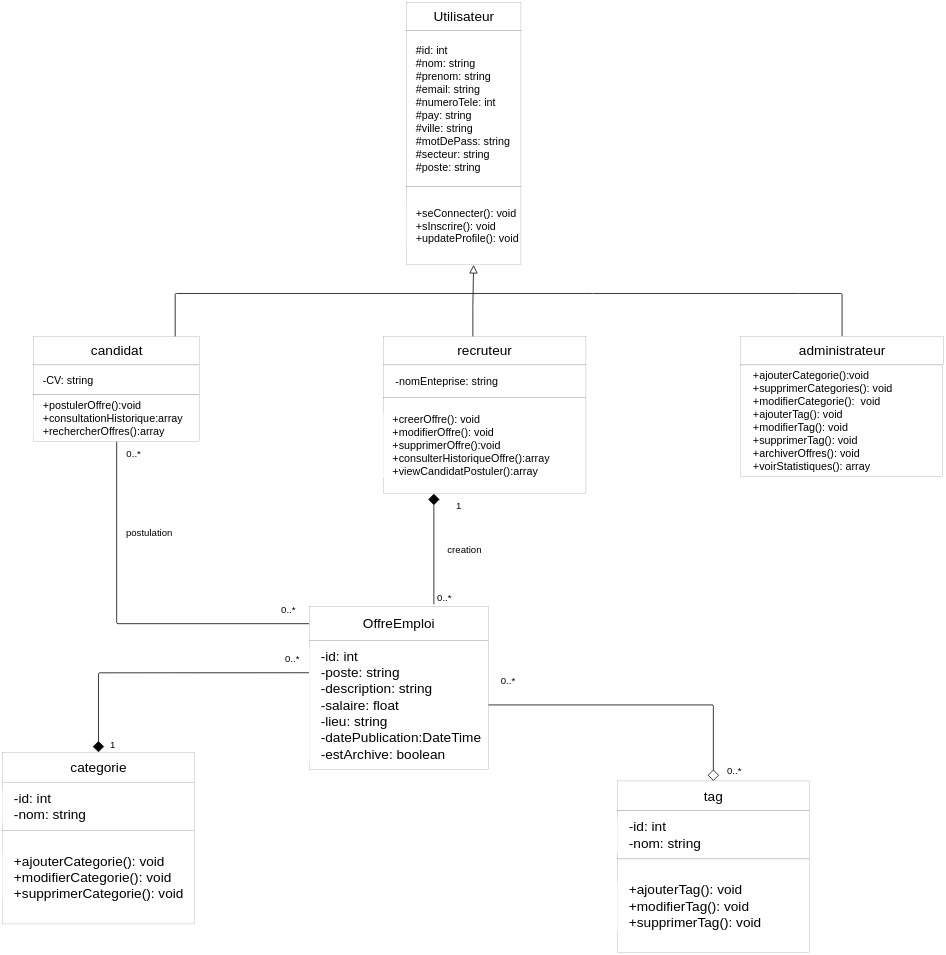
Above: UML/diagrammeClasse.drawio in NaamyFatimaZahra/CareerLink (draw.io), before the change. Source tidied: cells renumbered, new cells numbered last; positions are measured from the earlier drawing's top-left corner, leaving out a move shared by most shapes. Both pictures are drawn from the tidied source at 13%, with x=0, y=0 at pixel (2, 2).
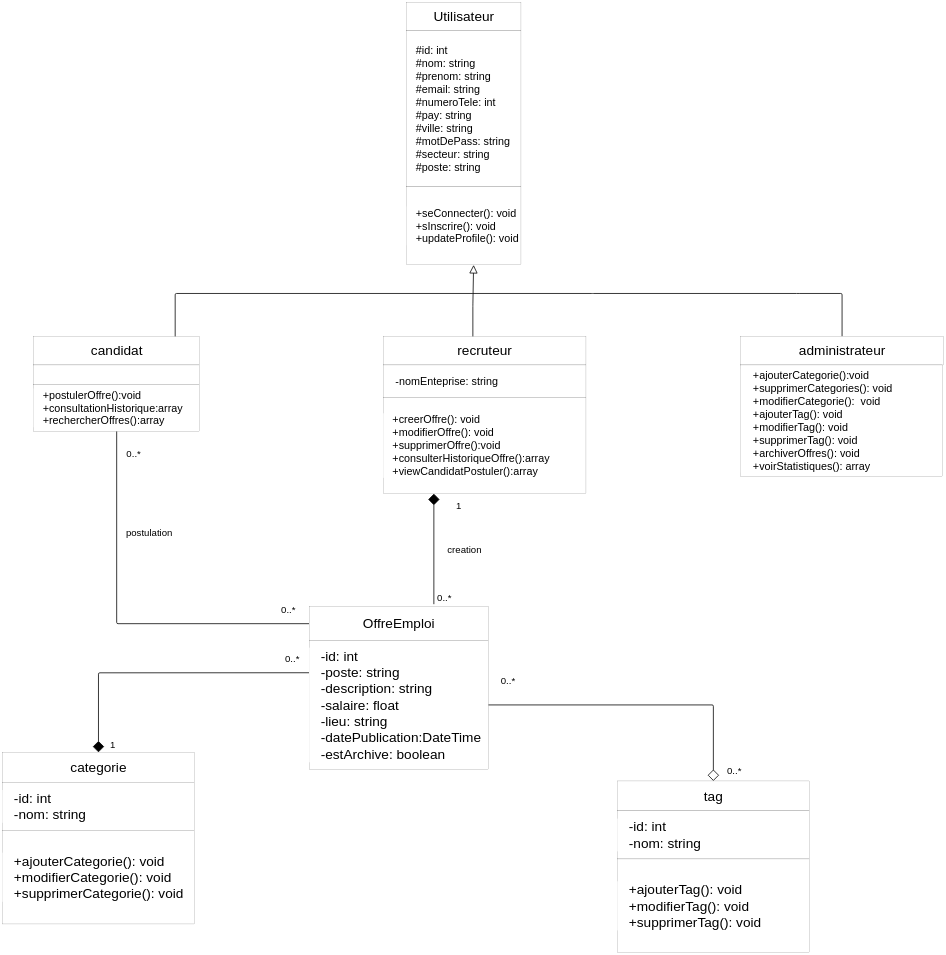
After the change.

Commit message:
faire des modification dans le diagramme de classe

Change to the diagram source:
```diff
@@
-    <mxCell id="15" value="&lt;span style=&quot;&quot;&gt;&amp;nbsp; &amp;nbsp;-CV: string&lt;/span&gt;" style="whiteSpace=wrap;html=1;fontSize=83;align=left;" parent="1" vertex="1">
-      <mxGeometry x="240" y="2790" width="1280" height="230" as="geometry" />
+    <mxCell id="15" style="whiteSpace=wrap;html=1;fontSize=83;align=left;" parent="1" vertex="1">
+      <mxGeometry x="240" y="2790" width="1280" height="150" as="geometry" />
     </mxCell>
@@
     <mxCell id="17" value="&amp;nbsp; &amp;nbsp;+postulerOffre():void&lt;br&gt;&amp;nbsp; &amp;nbsp;+consultationHistorique:array&lt;br&gt;&amp;nbsp; &amp;nbsp;+rechercherOffres():array" style="whiteSpace=wrap;html=1;labelBackgroundColor=#FFFFFF;fontSize=83;align=left;" parent="1" vertex="1">
-      <mxGeometry x="240" y="3020" width="1280" height="360" as="geometry" />
+      <mxGeometry x="240" y="2940" width="1280" height="360" as="geometry" />
     </mxCell>
```
